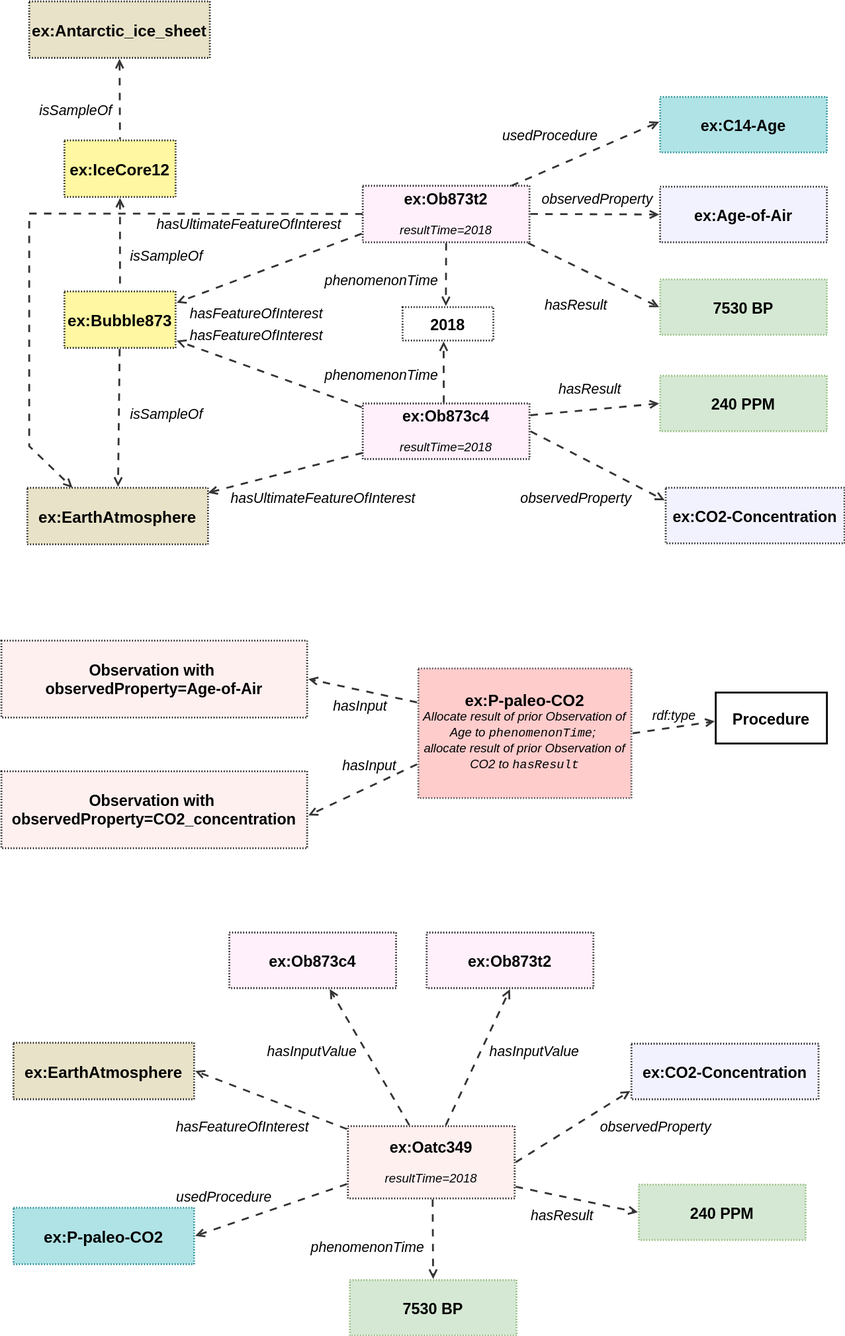
w3c/sdw-sosa-ssn keeps this draw.io diagram as ssn/images/paleo-atmosphere.svg. Above is the earlier version. Source tidied: cells renumbered, new cells last; positions are measured from the earlier drawing's top-left corner, leaving out a move shared by most shapes.
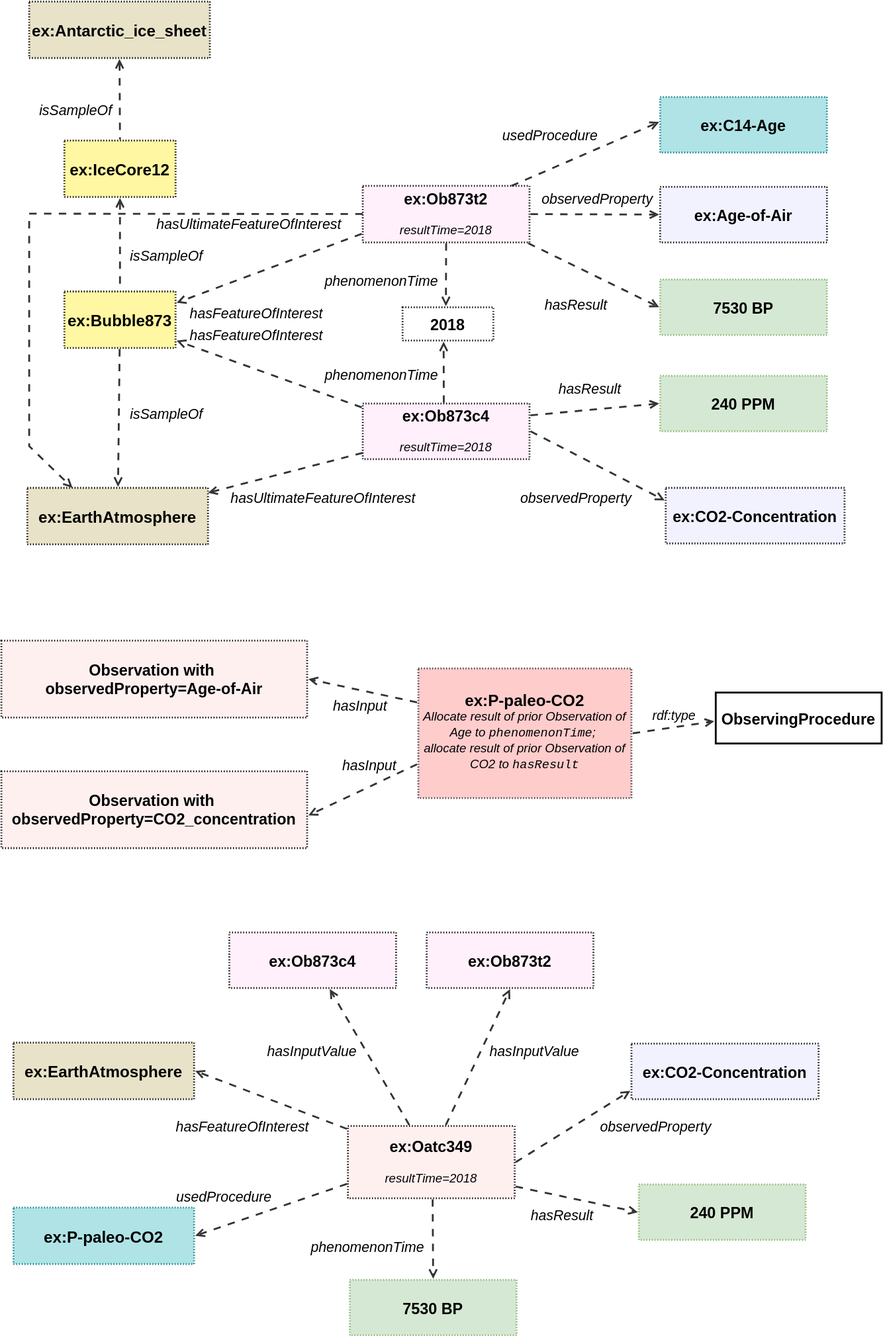
Later version of the same file.

Commit message:
Complete definition of ex:P-paleo-CO2

The edit, as a diff of the source:
```diff
@@ -176,8 +176,8 @@
     <mxCell id="59" value="ex:P-paleo-CO2" style="html=1;overflow=block;blockSpacing=1;whiteSpace=wrap;fontSize=17.3;fontStyle=1;align=center;spacing=0;strokeOpacity=100;fillOpacity=100;fillColor=#b0e3e6;dashed=1;fixDash=1;dashPattern=1 2;strokeWidth=2;convertToSvg=1;strokeColor=#0e8088;" parent="1" vertex="1">
       <mxGeometry x="13" y="1302" width="195" height="61" as="geometry" />
     </mxCell>
-    <mxCell id="60" value="Procedure" style="html=1;overflow=block;blockSpacing=1;whiteSpace=wrap;fontSize=16.8;fontColor=default;fontStyle=1;align=center;spacing=0;strokeOpacity=100;fillOpacity=0;fillColor=#000000;strokeWidth=2;convertToSvg=1;" parent="1" vertex="1">
-      <mxGeometry x="771" y="746" width="120" height="55" as="geometry" />
+    <mxCell id="60" value="ObservingProcedure" style="html=1;overflow=block;blockSpacing=1;whiteSpace=wrap;fontSize=16.8;fontColor=default;fontStyle=1;align=center;spacing=0;strokeOpacity=100;fillOpacity=0;fillColor=#000000;strokeWidth=2;convertToSvg=1;" parent="1" vertex="1">
+      <mxGeometry x="771" y="746" width="179" height="55" as="geometry" />
     </mxCell>
     <mxCell id="61" value="rdf:type" style="html=1;overflow=block;blockSpacing=1;whiteSpace=wrap;fontSize=14;fontStyle=2;align=left;spacing=3.8;verticalAlign=top;strokeColor=none;fillOpacity=0;fillColor=#ffffff;dashed=1;fixDash=1;dashPattern=16 6;strokeWidth=2;lucidId=3~_L.n5ErBlw;fontColor=default;convertToSvg=1;" parent="1" vertex="1">
       <mxGeometry x="700" y="760" width="70" height="28" as="geometry" />
```
